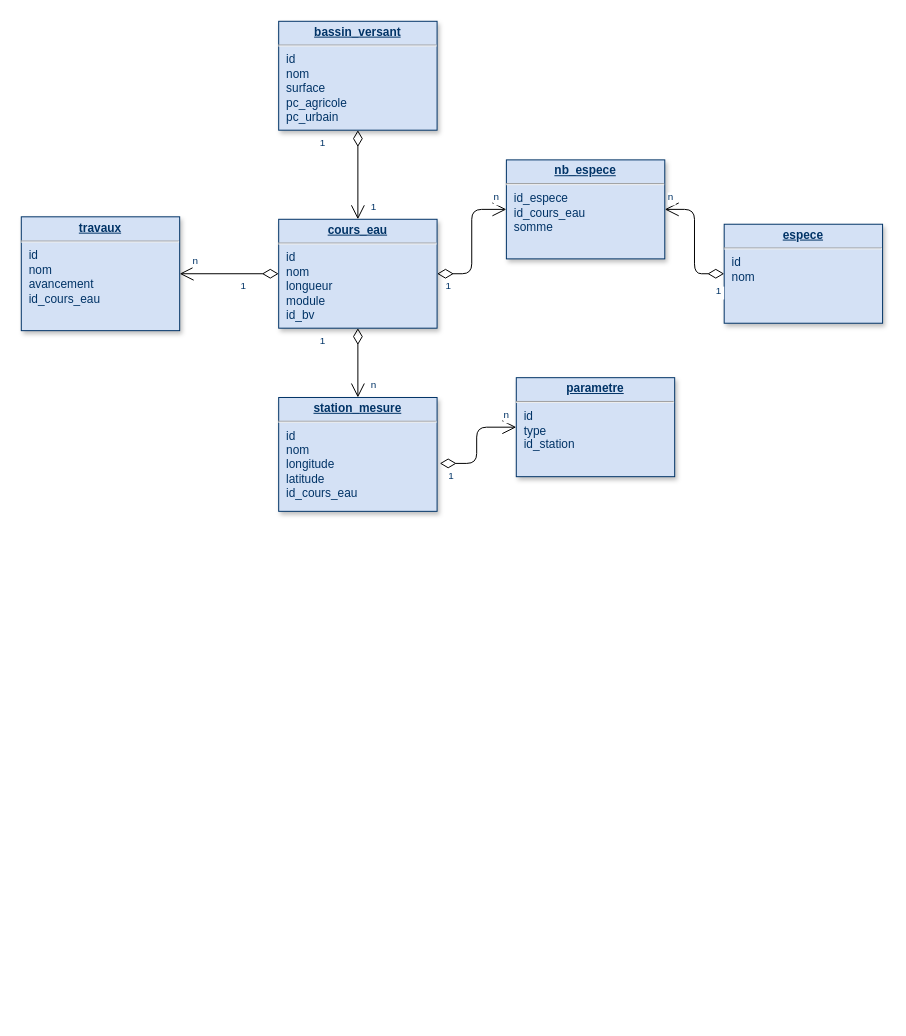
Earlier version of the draw.io diagram img/bd_cours_eau.drawio (LouisManiere/sqlmasterhbv). Source tidied: cells renumbered, new cells numbered last; positions are measured from the earlier drawing's top-left corner, leaving out a move shared by most shapes. Both pictures are drawn from the tidied source at 99%, with x=0, y=0 at pixel (21, 21).
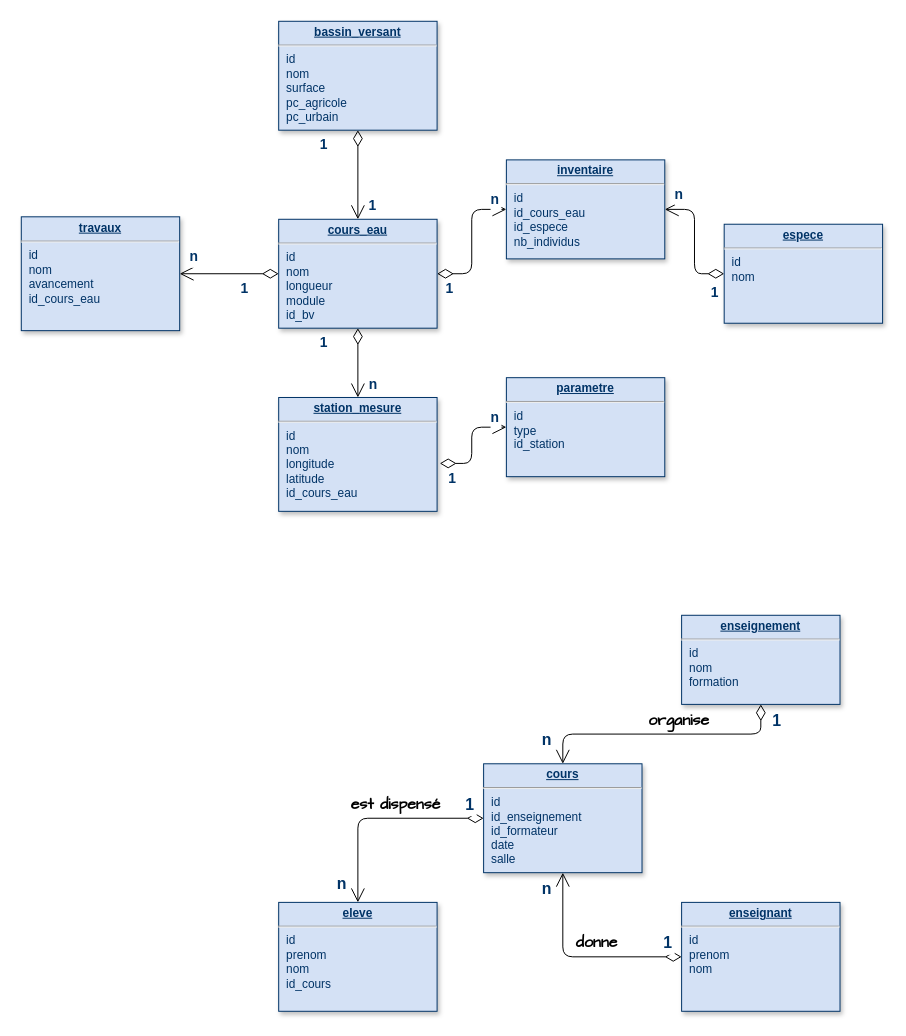
After the change.

The change refers to these unchanged cells:
```xml
<mxCell id="6" style="endArrow=open;endSize=12;startArrow=diamondThin;startSize=14;startFill=0;edgeStyle=orthogonalEdgeStyle;exitX=0.5;exitY=1;exitDx=0;exitDy=0;entryX=0.5;entryY=0;entryDx=0;entryDy=0;" parent="1" edge="1" source="2" target="4">
  <mxGeometry x="519.4" y="200" as="geometry" />
</mxCell>
<mxCell id="9" style="endArrow=open;endSize=12;startArrow=diamondThin;startSize=14;startFill=0;edgeStyle=orthogonalEdgeStyle;exitX=1.017;exitY=0.579;exitDx=0;exitDy=0;exitPerimeter=0;" parent="1" edge="1" source="4" target="5">
  <mxGeometry x="519.4" y="200" as="geometry" />
</mxCell>
<mxCell id="13" style="endArrow=open;endSize=12;startArrow=diamondThin;startSize=14;startFill=0;edgeStyle=orthogonalEdgeStyle;exitX=0.5;exitY=1;exitDx=0;exitDy=0;" parent="1" edge="1" source="3" target="2">
  <mxGeometry x="519.4" y="200" as="geometry" />
</mxCell>
<mxCell id="16" value="&lt;p style=&quot;margin: 0px; margin-top: 4px; text-align: center; text-decoration: underline;&quot;&gt;&lt;b&gt;espece&lt;/b&gt;&lt;/p&gt;&lt;hr&gt;&lt;p style=&quot;margin: 0px; margin-left: 8px;&quot;&gt;id&lt;/p&gt;&lt;p style=&quot;margin: 0px; margin-left: 8px;&quot;&gt;nom&lt;/p&gt;" style="verticalAlign=top;align=left;overflow=fill;fontSize=12;fontFamily=Helvetica;html=1;strokeColor=#003366;shadow=1;fillColor=#D4E1F5;fontColor=#003366;" parent="1" vertex="1">
  <mxGeometry x="710" y="205" width="160" height="100" as="geometry" />
</mxCell>
<mxCell id="17" style="endArrow=open;endSize=12;startArrow=diamondThin;startSize=14;startFill=0;edgeStyle=orthogonalEdgeStyle;exitX=0;exitY=0.5;exitDx=0;exitDy=0;entryX=1;entryY=0.5;entryDx=0;entryDy=0;" parent="1" edge="1" source="2" target="12">
  <mxGeometry x="519.4" y="200" as="geometry" />
</mxCell>
<mxCell id="24" style="endArrow=open;endSize=12;startArrow=diamondThin;startSize=14;startFill=0;edgeStyle=orthogonalEdgeStyle;exitX=1;exitY=0.5;exitDx=0;exitDy=0;entryX=0;entryY=0.5;entryDx=0;entryDy=0;" parent="1" edge="1" source="2" target="20">
  <mxGeometry x="519.4" y="200" as="geometry" />
</mxCell>
```

The edit, as a diff of the source:
```diff
@@
     <mxCell id="5" value="&lt;p style=&quot;margin: 0px; margin-top: 4px; text-align: center; text-decoration: underline;&quot;&gt;&lt;b&gt;parametre&lt;/b&gt;&lt;/p&gt;&lt;hr&gt;&lt;p style=&quot;margin: 0px; margin-left: 8px;&quot;&gt;id&lt;/p&gt;&lt;p style=&quot;margin: 0px; margin-left: 8px;&quot;&gt;type&lt;/p&gt;&lt;p style=&quot;margin: 0px; margin-left: 8px;&quot;&gt;id_station&lt;/p&gt;" style="verticalAlign=top;align=left;overflow=fill;fontSize=12;fontFamily=Helvetica;html=1;strokeColor=#003366;shadow=1;fillColor=#D4E1F5;fontColor=#003366;" parent="1" vertex="1">
-      <mxGeometry x="500" y="360" width="160" height="100" as="geometry" />
+      <mxGeometry x="490" y="360" width="160" height="100" as="geometry" />
     </mxCell>
@@
-    <mxCell id="7" value="1" style="align=left;verticalAlign=top;labelBackgroundColor=#ffffff;fontSize=10;strokeColor=#003366;shadow=1;fillColor=#D4E1F5;fontColor=#003366;" parent="6" vertex="1">
+    <mxCell id="7" value="1" style="align=left;verticalAlign=top;labelBackgroundColor=#ffffff;fontSize=14;strokeColor=#003366;shadow=1;fillColor=#D4E1F5;fontColor=#003366;fontStyle=1;" parent="6" vertex="1">
       <mxGeometry x="-1" relative="1" as="geometry">
         <mxPoint x="-40" as="offset" />
       </mxGeometry>
     </mxCell>
-    <mxCell id="8" value="n" style="align=right;verticalAlign=top;labelBackgroundColor=#ffffff;fontSize=10;strokeColor=#003366;shadow=1;fillColor=#D4E1F5;fontColor=#003366;" parent="6" vertex="1">
+    <mxCell id="8" value="n" style="align=right;verticalAlign=top;labelBackgroundColor=#ffffff;fontSize=14;strokeColor=#003366;shadow=1;fillColor=#D4E1F5;fontColor=#003366;fontStyle=1;" parent="6" vertex="1">
       <mxGeometry x="1" relative="1" as="geometry">
-        <mxPoint x="20" y="-25" as="offset" />
+        <mxPoint x="21" y="-28" as="offset" />
       </mxGeometry>
     </mxCell>
@@
-    <mxCell id="10" value="1" style="align=left;verticalAlign=top;labelBackgroundColor=#ffffff;fontSize=10;strokeColor=#003366;shadow=1;fillColor=#D4E1F5;fontColor=#003366;" parent="9" vertex="1">
+    <mxCell id="10" value="1" style="align=left;verticalAlign=top;labelBackgroundColor=#ffffff;fontSize=14;strokeColor=#003366;shadow=1;fillColor=#D4E1F5;fontColor=#003366;fontStyle=1;" parent="9" vertex="1">
       <mxGeometry x="-1" relative="1" as="geometry">
         <mxPoint x="7" as="offset" />
       </mxGeometry>
     </mxCell>
-    <mxCell id="11" value="n" style="align=right;verticalAlign=top;labelBackgroundColor=#ffffff;fontSize=10;strokeColor=#003366;shadow=1;fillColor=#D4E1F5;fontColor=#003366;" parent="9" vertex="1">
+    <mxCell id="11" value="n" style="align=right;verticalAlign=top;labelBackgroundColor=#ffffff;fontSize=14;strokeColor=#003366;shadow=1;fillColor=#D4E1F5;fontColor=#003366;fontStyle=1;" parent="9" vertex="1">
       <mxGeometry x="1" relative="1" as="geometry">
         <mxPoint x="-6" y="-25" as="offset" />
       </mxGeometry>
     </mxCell>
@@
-    <mxCell id="14" value="1" style="align=left;verticalAlign=top;labelBackgroundColor=#ffffff;fontSize=10;strokeColor=#003366;shadow=1;fillColor=#D4E1F5;fontColor=#003366;" parent="13" vertex="1">
+    <mxCell id="14" value="1" style="align=left;verticalAlign=top;labelBackgroundColor=#ffffff;fontSize=14;strokeColor=#003366;shadow=1;fillColor=#D4E1F5;fontColor=#003366;fontStyle=1;" parent="13" vertex="1">
       <mxGeometry x="-1" relative="1" as="geometry">
         <mxPoint x="-40" as="offset" />
       </mxGeometry>
     </mxCell>
-    <mxCell id="15" value="1" style="align=right;verticalAlign=top;labelBackgroundColor=#ffffff;fontSize=10;strokeColor=#003366;shadow=1;fillColor=#D4E1F5;fontColor=#003366;" parent="13" vertex="1">
+    <mxCell id="15" value="1" style="align=right;verticalAlign=top;labelBackgroundColor=#ffffff;fontSize=14;strokeColor=#003366;shadow=1;fillColor=#D4E1F5;fontColor=#003366;fontStyle=1;" parent="13" vertex="1">
       <mxGeometry x="1" relative="1" as="geometry">
-        <mxPoint x="20" y="-25" as="offset" />
+        <mxPoint x="20" y="-29" as="offset" />
       </mxGeometry>
     </mxCell>
+    <mxCell id="27" style="edgeStyle=orthogonalEdgeStyle;rounded=0;sketch=1;hachureGap=4;jiggle=2;curveFitting=1;jettySize=auto;html=1;exitX=0;exitY=0.75;exitDx=0;exitDy=0;fontFamily=Architects Daughter;" parent="1" edge="1" source="16">
+      <mxGeometry relative="1" as="geometry">
+        <mxPoint x="710" y="280.4" as="targetPoint" />
+      </mxGeometry>
+    </mxCell>
@@
-    <mxCell id="18" value="1" style="align=left;verticalAlign=top;labelBackgroundColor=#ffffff;fontSize=10;strokeColor=#003366;shadow=1;fillColor=#D4E1F5;fontColor=#003366;" parent="17" vertex="1">
+    <mxCell id="18" value="1" style="align=left;verticalAlign=top;labelBackgroundColor=#ffffff;fontSize=14;strokeColor=#003366;shadow=1;fillColor=#D4E1F5;fontColor=#003366;fontStyle=1;" parent="17" vertex="1">
       <mxGeometry x="-1" relative="1" as="geometry">
         <mxPoint x="-40" as="offset" />
       </mxGeometry>
     </mxCell>
-    <mxCell id="19" value="n" style="align=right;verticalAlign=top;labelBackgroundColor=#ffffff;fontSize=10;strokeColor=#003366;shadow=1;fillColor=#D4E1F5;fontColor=#003366;" parent="17" vertex="1">
+    <mxCell id="19" value="n" style="align=right;verticalAlign=top;labelBackgroundColor=#ffffff;fontSize=14;strokeColor=#003366;shadow=1;fillColor=#D4E1F5;fontColor=#003366;fontStyle=1;" parent="17" vertex="1">
       <mxGeometry x="1" relative="1" as="geometry">
-        <mxPoint x="20" y="-25" as="offset" />
+        <mxPoint x="20" y="-32" as="offset" />
       </mxGeometry>
     </mxCell>
-    <mxCell id="20" value="&lt;p style=&quot;margin: 0px; margin-top: 4px; text-align: center; text-decoration: underline;&quot;&gt;&lt;b&gt;nb_espece&lt;/b&gt;&lt;/p&gt;&lt;hr&gt;&lt;p style=&quot;margin: 0px; margin-left: 8px;&quot;&gt;&lt;span style=&quot;background-color: initial;&quot;&gt;id_espece&lt;/span&gt;&lt;br&gt;&lt;/p&gt;&lt;p style=&quot;margin: 0px; margin-left: 8px;&quot;&gt;id_cours_eau&lt;/p&gt;&lt;p style=&quot;margin: 0px; margin-left: 8px;&quot;&gt;somme&lt;/p&gt;" style="verticalAlign=top;align=left;overflow=fill;fontSize=12;fontFamily=Helvetica;html=1;strokeColor=#003366;shadow=1;fillColor=#D4E1F5;fontColor=#003366;" parent="1" vertex="1">
+    <mxCell id="20" value="&lt;p style=&quot;margin: 0px; margin-top: 4px; text-align: center; text-decoration: underline;&quot;&gt;&lt;b&gt;inventaire&lt;/b&gt;&lt;/p&gt;&lt;hr&gt;&lt;p style=&quot;margin: 0px; margin-left: 8px;&quot;&gt;&lt;span style=&quot;background-color: initial;&quot;&gt;id&lt;/span&gt;&lt;/p&gt;&lt;p style=&quot;margin: 0px; margin-left: 8px;&quot;&gt;id_cours_eau&lt;/p&gt;&lt;p style=&quot;margin: 0px; margin-left: 8px;&quot;&gt;id_espece&lt;/p&gt;&lt;p style=&quot;margin: 0px; margin-left: 8px;&quot;&gt;nb_individus&lt;/p&gt;" style="verticalAlign=top;align=left;overflow=fill;fontSize=12;fontFamily=Helvetica;html=1;strokeColor=#003366;shadow=1;fillColor=#D4E1F5;fontColor=#003366;" parent="1" vertex="1">
       <mxGeometry x="490" y="140" width="160" height="100" as="geometry" />
     </mxCell>
-    <mxCell id="21" style="endArrow=open;endSize=12;startArrow=diamondThin;startSize=14;startFill=0;edgeStyle=orthogonalEdgeStyle;exitX=0;exitY=0.5;exitDx=0;exitDy=0;entryX=1;entryY=0.5;entryDx=0;entryDy=0;" parent="1" edge="1" source="16" target="20">
+    <mxCell id="21" style="endArrow=open;endSize=12;startArrow=diamondThin;startSize=14;startFill=0;edgeStyle=orthogonalEdgeStyle;exitX=0;exitY=0.5;exitDx=0;exitDy=0;entryX=1;entryY=0.5;entryDx=0;entryDy=0;fontSize=14;fontStyle=1;" parent="1" edge="1" source="16" target="20">
       <mxGeometry x="519.4" y="200" as="geometry" />
     </mxCell>
-    <mxCell id="22" value="1" style="align=left;verticalAlign=top;labelBackgroundColor=#ffffff;fontSize=10;strokeColor=#003366;shadow=1;fillColor=#D4E1F5;fontColor=#003366;" parent="21" vertex="1">
+    <mxCell id="22" value="1" style="align=left;verticalAlign=top;labelBackgroundColor=#ffffff;fontSize=14;strokeColor=#003366;shadow=1;fillColor=#D4E1F5;fontColor=#003366;fontStyle=1;" parent="21" vertex="1">
       <mxGeometry x="-1" relative="1" as="geometry">
-        <mxPoint x="-10" y="5" as="offset" />
+        <mxPoint x="-15" y="4" as="offset" />
       </mxGeometry>
     </mxCell>
-    <mxCell id="23" value="n" style="align=right;verticalAlign=top;labelBackgroundColor=#ffffff;fontSize=10;strokeColor=#003366;shadow=1;fillColor=#D4E1F5;fontColor=#003366;" parent="21" vertex="1">
+    <mxCell id="23" value="n" style="align=right;verticalAlign=top;labelBackgroundColor=#ffffff;fontSize=14;strokeColor=#003366;shadow=1;fillColor=#D4E1F5;fontColor=#003366;fontStyle=1;" parent="21" vertex="1">
       <mxGeometry x="1" relative="1" as="geometry">
-        <mxPoint x="10" y="-25" as="offset" />
+        <mxPoint x="20" y="-30" as="offset" />
       </mxGeometry>
     </mxCell>
@@
-    <mxCell id="25" value="1" style="align=left;verticalAlign=top;labelBackgroundColor=#ffffff;fontSize=10;strokeColor=#003366;shadow=1;fillColor=#D4E1F5;fontColor=#003366;" parent="24" vertex="1">
+    <mxCell id="25" value="1" style="align=left;verticalAlign=top;labelBackgroundColor=#ffffff;fontSize=14;strokeColor=#003366;shadow=1;fillColor=#D4E1F5;fontColor=#003366;fontStyle=1;" parent="24" vertex="1">
       <mxGeometry x="-1" relative="1" as="geometry">
         <mxPoint x="7" as="offset" />
       </mxGeometry>
     </mxCell>
-    <mxCell id="26" value="n" style="align=right;verticalAlign=top;labelBackgroundColor=#ffffff;fontSize=10;strokeColor=#003366;shadow=1;fillColor=#D4E1F5;fontColor=#003366;" parent="24" vertex="1">
+    <mxCell id="26" value="n" style="align=right;verticalAlign=top;labelBackgroundColor=#ffffff;fontSize=14;strokeColor=#003366;shadow=1;fillColor=#D4E1F5;fontColor=#003366;fontStyle=1;" parent="24" vertex="1">
       <mxGeometry x="1" relative="1" as="geometry">
         <mxPoint x="-6" y="-25" as="offset" />
       </mxGeometry>
     </mxCell>
+    <mxCell id="28" value="&lt;p style=&quot;margin: 0px; margin-top: 4px; text-align: center; text-decoration: underline;&quot;&gt;&lt;b&gt;eleve&lt;/b&gt;&lt;/p&gt;&lt;hr&gt;&lt;p style=&quot;margin: 0px 0px 0px 8px;&quot;&gt;id&lt;/p&gt;&lt;p style=&quot;margin: 0px 0px 0px 8px;&quot;&gt;prenom&lt;/p&gt;&lt;p style=&quot;margin: 0px 0px 0px 8px;&quot;&gt;nom&lt;/p&gt;&lt;p style=&quot;margin: 0px 0px 0px 8px;&quot;&gt;id_cours&lt;/p&gt;" style="verticalAlign=top;align=left;overflow=fill;fontSize=12;fontFamily=Helvetica;html=1;strokeColor=#003366;shadow=1;fillColor=#D4E1F5;fontColor=#003366;" parent="1" vertex="1">
+      <mxGeometry x="260" y="890" width="160" height="110" as="geometry" />
+    </mxCell>
+    <mxCell id="29" value="&lt;p style=&quot;margin: 0px; margin-top: 4px; text-align: center; text-decoration: underline;&quot;&gt;&lt;b&gt;enseignant&lt;/b&gt;&lt;/p&gt;&lt;hr&gt;&lt;p style=&quot;margin: 0px 0px 0px 8px;&quot;&gt;id&lt;/p&gt;&lt;p style=&quot;margin: 0px 0px 0px 8px;&quot;&gt;prenom&lt;/p&gt;&lt;p style=&quot;margin: 0px 0px 0px 8px;&quot;&gt;nom&lt;/p&gt;" style="verticalAlign=top;align=left;overflow=fill;fontSize=12;fontFamily=Helvetica;html=1;strokeColor=#003366;shadow=1;fillColor=#D4E1F5;fontColor=#003366;" parent="1" vertex="1">
+      <mxGeometry x="667" y="890" width="160" height="110" as="geometry" />
+    </mxCell>
+    <mxCell id="30" value="&lt;p style=&quot;margin: 0px; margin-top: 4px; text-align: center; text-decoration: underline;&quot;&gt;&lt;b&gt;cours&lt;/b&gt;&lt;/p&gt;&lt;hr&gt;&lt;p style=&quot;margin: 0px 0px 0px 8px;&quot;&gt;id&lt;/p&gt;&lt;p style=&quot;margin: 0px 0px 0px 8px;&quot;&gt;id_enseignement&lt;/p&gt;&lt;p style=&quot;margin: 0px 0px 0px 8px;&quot;&gt;id_formateur&lt;/p&gt;&lt;p style=&quot;margin: 0px 0px 0px 8px;&quot;&gt;date&lt;/p&gt;&lt;p style=&quot;margin: 0px 0px 0px 8px;&quot;&gt;salle&lt;/p&gt;" style="verticalAlign=top;align=left;overflow=fill;fontSize=12;fontFamily=Helvetica;html=1;strokeColor=#003366;shadow=1;fillColor=#D4E1F5;fontColor=#003366;" parent="1" vertex="1">
+      <mxGeometry x="467" y="750" width="160" height="110" as="geometry" />
+    </mxCell>
+    <mxCell id="31" value="&lt;p style=&quot;margin: 0px; margin-top: 4px; text-align: center; text-decoration: underline;&quot;&gt;&lt;b&gt;enseignement&lt;/b&gt;&lt;/p&gt;&lt;hr&gt;&lt;p style=&quot;margin: 0px 0px 0px 8px;&quot;&gt;id&lt;/p&gt;&lt;p style=&quot;margin: 0px 0px 0px 8px;&quot;&gt;nom&lt;/p&gt;&lt;p style=&quot;margin: 0px 0px 0px 8px;&quot;&gt;formation&lt;/p&gt;" style="verticalAlign=top;align=left;overflow=fill;fontSize=12;fontFamily=Helvetica;html=1;strokeColor=#003366;shadow=1;fillColor=#D4E1F5;fontColor=#003366;" parent="1" vertex="1">
+      <mxGeometry x="667" y="600" width="160" height="90" as="geometry" />
+    </mxCell>
+    <mxCell id="32" style="endArrow=open;endSize=12;startArrow=diamondThin;startSize=14;startFill=0;edgeStyle=orthogonalEdgeStyle;exitX=0;exitY=0.5;exitDx=0;exitDy=0;entryX=0.5;entryY=1;entryDx=0;entryDy=0;" parent="1" edge="1" source="29" target="30">
+      <mxGeometry x="519.4" y="200" as="geometry" />
+    </mxCell>
+    <mxCell id="33" value="1" style="align=left;verticalAlign=top;labelBackgroundColor=#ffffff;fontSize=16;strokeColor=#003366;shadow=1;fillColor=#D4E1F5;fontColor=#003366;fontStyle=1;" parent="32" vertex="1">
+      <mxGeometry x="-1" relative="1" as="geometry">
+        <mxPoint x="-20" y="-30" as="offset" />
+      </mxGeometry>
+    </mxCell>
+    <mxCell id="34" value="n" style="align=right;verticalAlign=top;labelBackgroundColor=#ffffff;fontSize=16;strokeColor=#003366;shadow=1;fillColor=#D4E1F5;fontColor=#003366;fontStyle=1;" parent="32" vertex="1">
+      <mxGeometry x="1" relative="1" as="geometry">
+        <mxPoint x="-10" as="offset" />
+      </mxGeometry>
+    </mxCell>
+    <mxCell id="35" value="donne" style="edgeLabel;html=1;align=center;verticalAlign=middle;sketch=1;hachureGap=4;jiggle=2;curveFitting=1;fontFamily=Architects Daughter;fontStyle=1;fontSize=16;" parent="32" vertex="1">
+      <mxGeometry relative="1" as="geometry">
+        <mxPoint x="16" y="-15" as="offset" />
+      </mxGeometry>
+    </mxCell>
+    <mxCell id="36" style="endArrow=open;endSize=12;startArrow=diamondThin;startSize=14;startFill=0;edgeStyle=orthogonalEdgeStyle;exitX=0.5;exitY=1;exitDx=0;exitDy=0;entryX=0.5;entryY=0;entryDx=0;entryDy=0;" parent="1" edge="1" source="31" target="30">
+      <mxGeometry x="519.4" y="200" as="geometry" />
+    </mxCell>
+    <mxCell id="37" value="1" style="align=left;verticalAlign=top;labelBackgroundColor=#ffffff;fontSize=16;strokeColor=#003366;shadow=1;fillColor=#D4E1F5;fontColor=#003366;fontStyle=1;" parent="36" vertex="1">
+      <mxGeometry x="-1" relative="1" as="geometry">
+        <mxPoint x="10" as="offset" />
+      </mxGeometry>
+    </mxCell>
+    <mxCell id="38" value="n" style="align=right;verticalAlign=top;labelBackgroundColor=#ffffff;fontSize=16;strokeColor=#003366;shadow=1;fillColor=#D4E1F5;fontColor=#003366;fontStyle=1;" parent="36" vertex="1">
+      <mxGeometry x="1" relative="1" as="geometry">
+        <mxPoint x="-10" y="-40" as="offset" />
+      </mxGeometry>
+    </mxCell>
+    <mxCell id="39" value="organise" style="edgeLabel;html=1;align=center;verticalAlign=middle;sketch=1;hachureGap=4;jiggle=2;curveFitting=1;fontFamily=Architects Daughter;fontStyle=1;fontSize=16;" parent="36" vertex="1">
+      <mxGeometry relative="1" as="geometry">
+        <mxPoint x="16" y="-15" as="offset" />
+      </mxGeometry>
+    </mxCell>
+    <mxCell id="40" style="endArrow=open;endSize=12;startArrow=diamondThin;startSize=14;startFill=0;edgeStyle=orthogonalEdgeStyle;exitX=0;exitY=0.5;exitDx=0;exitDy=0;entryX=0.5;entryY=0;entryDx=0;entryDy=0;" parent="1" edge="1" source="30" target="28">
+      <mxGeometry x="519.4" y="200" as="geometry" />
+    </mxCell>
+    <mxCell id="41" value="1" style="align=left;verticalAlign=top;labelBackgroundColor=#ffffff;fontSize=16;strokeColor=#003366;shadow=1;fillColor=#D4E1F5;fontColor=#003366;fontStyle=1;" parent="40" vertex="1">
+      <mxGeometry x="-1" relative="1" as="geometry">
+        <mxPoint x="-20" y="-30" as="offset" />
+      </mxGeometry>
+    </mxCell>
+    <mxCell id="42" value="n" style="align=right;verticalAlign=top;labelBackgroundColor=#ffffff;fontSize=16;strokeColor=#003366;shadow=1;fillColor=#D4E1F5;fontColor=#003366;fontStyle=1;" parent="40" vertex="1">
+      <mxGeometry x="1" relative="1" as="geometry">
+        <mxPoint x="-10" y="-35" as="offset" />
+      </mxGeometry>
+    </mxCell>
+    <mxCell id="43" value="est dispensé" style="edgeLabel;html=1;align=center;verticalAlign=middle;sketch=1;hachureGap=4;jiggle=2;curveFitting=1;fontFamily=Architects Daughter;fontStyle=1;fontSize=16;" parent="40" vertex="1">
+      <mxGeometry relative="1" as="geometry">
+        <mxPoint x="16" y="-15" as="offset" />
+      </mxGeometry>
+    </mxCell>
```
